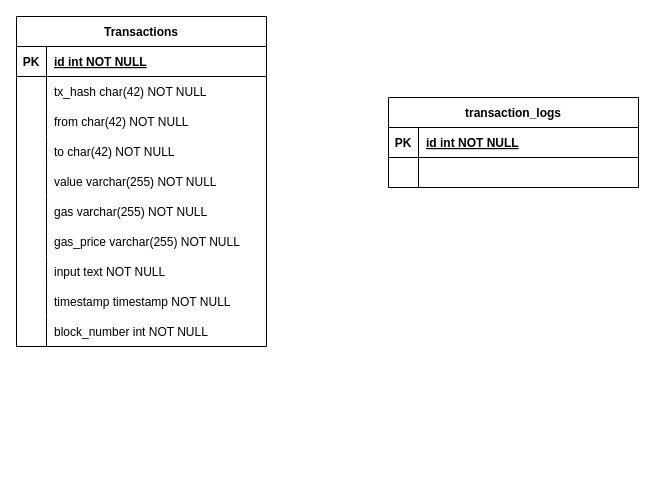
Before: db.drawio in trinhthinh388/my-assets-be, a draw.io diagram. Source tidied: cells renumbered, new cells numbered last; positions are measured from the earlier drawing's top-left corner, leaving out a move shared by most shapes. Both pictures are drawn from the tidied source at 100%, with x=0, y=0 at pixel (16, 16).
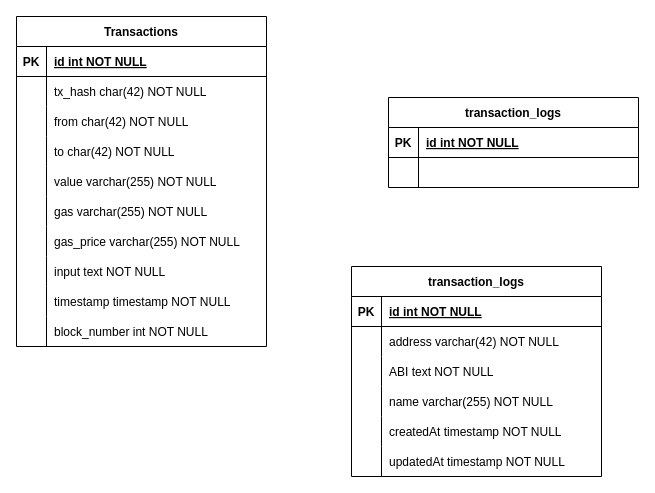
Above is the later version.

The edit, as a diff of the source:
```diff
@@
+    <mxCell id="40" value="transaction_logs" style="shape=table;startSize=30;childLayout=tableLayout;rowLines=0;fontStyle=1;align=center;" parent="1" vertex="1">
+      <mxGeometry x="335" y="250" width="250" height="210" as="geometry" />
+    </mxCell>
+    <mxCell id="41" style="shape=partialRectangle;fillColor=none;top=0;left=0;right=0;bottom=1;" parent="40" vertex="1">
+      <mxGeometry y="30" width="250" height="30" as="geometry" />
+    </mxCell>
+    <mxCell id="42" value="PK" style="shape=partialRectangle;overflow=hidden;fillColor=none;top=0;left=0;bottom=0;right=0;fontStyle=1;" parent="41" vertex="1">
+      <mxGeometry width="30" height="30" as="geometry" />
+    </mxCell>
+    <mxCell id="43" value="id int NOT NULL " style="shape=partialRectangle;overflow=hidden;fillColor=none;top=0;left=0;bottom=0;right=0;align=left;spacingLeft=6;fontStyle=5;" parent="41" vertex="1">
+      <mxGeometry x="30" width="220" height="30" as="geometry" />
+    </mxCell>
+    <mxCell id="44" style="shape=partialRectangle;fillColor=none;top=0;left=0;right=0;bottom=0;" parent="40" vertex="1">
+      <mxGeometry y="60" width="250" height="30" as="geometry" />
+    </mxCell>
+    <mxCell id="45" style="shape=partialRectangle;overflow=hidden;fillColor=none;top=0;left=0;bottom=0;right=0;" parent="44" vertex="1">
+      <mxGeometry width="30" height="30" as="geometry" />
+    </mxCell>
+    <mxCell id="46" value="address varchar(42) NOT NULL" style="shape=partialRectangle;overflow=hidden;fillColor=none;top=0;left=0;bottom=0;right=0;align=left;spacingLeft=6;" parent="44" vertex="1">
+      <mxGeometry x="30" width="220" height="30" as="geometry" />
+    </mxCell>
+    <mxCell id="47" style="shape=partialRectangle;fillColor=none;top=0;left=0;right=0;bottom=0;" parent="40" vertex="1">
+      <mxGeometry y="90" width="250" height="30" as="geometry" />
+    </mxCell>
+    <mxCell id="48" style="shape=partialRectangle;overflow=hidden;fillColor=none;top=0;left=0;bottom=0;right=0;" parent="47" vertex="1">
+      <mxGeometry width="30" height="30" as="geometry" />
+    </mxCell>
+    <mxCell id="49" value="ABI text NOT NULL" style="shape=partialRectangle;overflow=hidden;fillColor=none;top=0;left=0;bottom=0;right=0;align=left;spacingLeft=6;" parent="47" vertex="1">
+      <mxGeometry x="30" width="220" height="30" as="geometry" />
+    </mxCell>
+    <mxCell id="50" style="shape=partialRectangle;fillColor=none;top=0;left=0;right=0;bottom=0;" parent="40" vertex="1">
+      <mxGeometry y="120" width="250" height="30" as="geometry" />
+    </mxCell>
+    <mxCell id="51" style="shape=partialRectangle;overflow=hidden;fillColor=none;top=0;left=0;bottom=0;right=0;" parent="50" vertex="1">
+      <mxGeometry width="30" height="30" as="geometry" />
+    </mxCell>
+    <mxCell id="52" value="name varchar(255) NOT NULL" style="shape=partialRectangle;overflow=hidden;fillColor=none;top=0;left=0;bottom=0;right=0;align=left;spacingLeft=6;" parent="50" vertex="1">
+      <mxGeometry x="30" width="220" height="30" as="geometry" />
+    </mxCell>
+    <mxCell id="53" style="shape=partialRectangle;fillColor=none;top=0;left=0;right=0;bottom=0;" parent="40" vertex="1">
+      <mxGeometry y="150" width="250" height="30" as="geometry" />
+    </mxCell>
+    <mxCell id="54" style="shape=partialRectangle;overflow=hidden;fillColor=none;top=0;left=0;bottom=0;right=0;" parent="53" vertex="1">
+      <mxGeometry width="30" height="30" as="geometry" />
+    </mxCell>
+    <mxCell id="55" value="createdAt timestamp NOT NULL" style="shape=partialRectangle;overflow=hidden;fillColor=none;top=0;left=0;bottom=0;right=0;align=left;spacingLeft=6;" parent="53" vertex="1">
+      <mxGeometry x="30" width="220" height="30" as="geometry" />
+    </mxCell>
+    <mxCell id="56" style="shape=partialRectangle;fillColor=none;top=0;left=0;right=0;bottom=0;" parent="40" vertex="1">
+      <mxGeometry y="180" width="250" height="30" as="geometry" />
+    </mxCell>
+    <mxCell id="57" style="shape=partialRectangle;overflow=hidden;fillColor=none;top=0;left=0;bottom=0;right=0;" parent="56" vertex="1">
+      <mxGeometry width="30" height="30" as="geometry" />
+    </mxCell>
+    <mxCell id="58" value="updatedAt timestamp NOT NULL" style="shape=partialRectangle;overflow=hidden;fillColor=none;top=0;left=0;bottom=0;right=0;align=left;spacingLeft=6;" parent="56" vertex="1">
+      <mxGeometry x="30" width="220" height="30" as="geometry" />
+    </mxCell>
```
